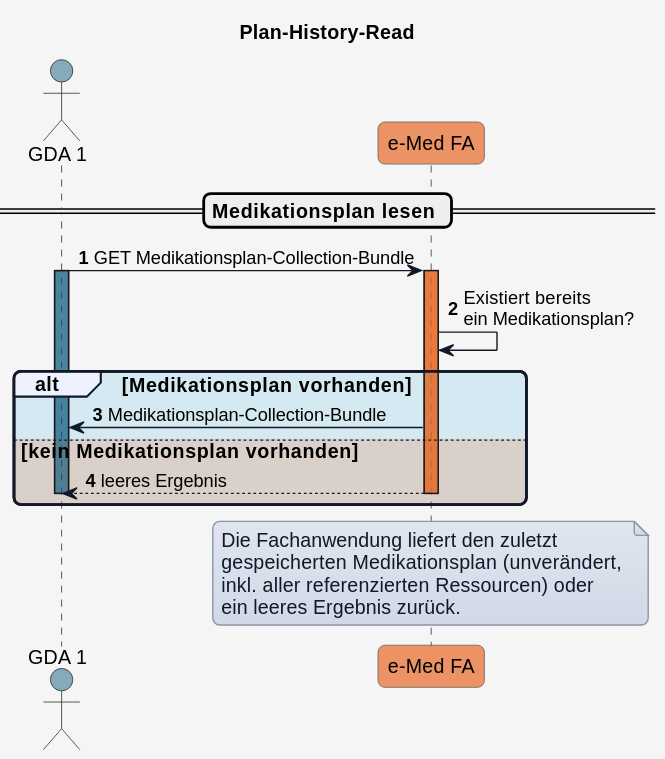
Before: input/images/plantuml/UC_eMed_05_01.svg, a diagram exported from PlantUML (HL7Austria/ELGA-e-Medikation-R4). Its diagram source:
```plantuml
@startuml
title Plan-History-Read


skinparam borderColor #000000
skinparam backgroundColor #f5f5f5
skinparam shadowing false
skinparam roundCorner 10
skinparam defaultFontName "Arial"
skinparam defaultFontSize 14
skinparam defaultFontColor #000000
skinparam HyperlinkColor #0000EE
skinparam HyperlinkUnderline false
skinparam BoxPadding 20
skinparam BoxBorderColor #555555

skinparam note {
  BackgroundColor #e0e5f0-#d1d9e6
  BorderColor #8b95a5
  BorderThickness 1
  RoundCorner 0
  Padding 6
  FontColor #111827
  Shadowing false
}

skinparam sequence {
  ParticipantBorderColor #555555
  ParticipantBackgroundColor #ffffff
  ParticipantFontColor #000000
  ParticipantFontSize 14
  ParticipantPadding 20
  ArrowColor #111827
  ArrowThickness 1
  ArrowFontColor #000000
  ArrowFontSize 13
  GroupBorderColor #111827
  GroupBackgroundColor #eef2ff
  GroupBorderThickness 2
}

!define COLOR_GDA_1    #15608280
!define COLOR_GDA_2    #96607D80
!define COLOR_PATIENT  #196B2480
!define COLOR_APO      #0F9ED590
!define COLOR_EMED_FA  #e97232bd
!define COLOR_E_REZEPT #cd3732a9

!define COLOR_OK       #0F9ED525
!define COLOR_ERROR    #E9713235


actor GDA_1 as "GDA 1" COLOR_GDA_1
participant eMed_FA as "e-Med FA" COLOR_EMED_FA


autonumber

== Medikationsplan lesen ==

GDA_1 -> eMed_FA: GET Medikationsplan-Collection-Bundle
activate GDA_1 COLOR_GDA_1

activate eMed_FA COLOR_EMED_FA
eMed_FA -> eMed_FA: Existiert bereits\nein Medikationsplan?

alt COLOR_OK Medikationsplan vorhanden
  eMed_FA -> GDA_1: Medikationsplan-Collection-Bundle
else COLOR_ERROR kein Medikationsplan vorhanden
  eMed_FA --> GDA_1: leeres Ergebnis
  deactivate GDA_1
  deactivate eMed_FA
end

note over eMed_FA
Die Fachanwendung liefert den zuletzt
gespeicherten Medikationsplan (unverändert,
inkl. aller referenzierten Ressourcen) oder
ein leeres Ergebnis zurück.
end note
@enduml
```
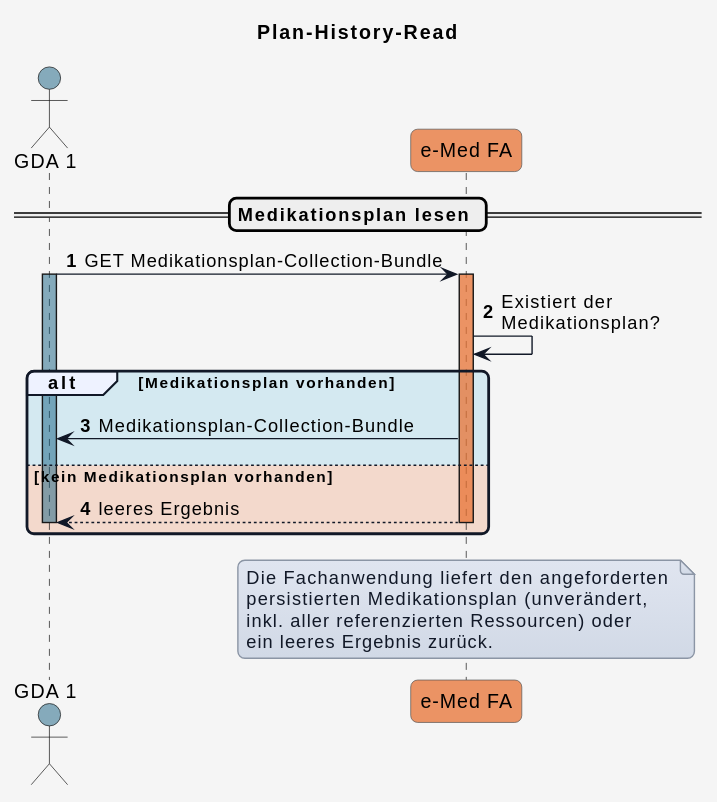
After the commit.

Diff of the diagram source:
```diff
@@ -7,7 +7,6 @@
 skinparam shadowing false
 skinparam roundCorner 10
 skinparam defaultFontName "Arial"
-skinparam defaultFontSize 14
 skinparam defaultFontColor #000000
 skinparam HyperlinkColor #0000EE
 skinparam HyperlinkUnderline false
@@ -62,7 +61,7 @@
 activate GDA_1 COLOR_GDA_1
 
 activate eMed_FA COLOR_EMED_FA
-eMed_FA -> eMed_FA: Existiert bereits\nein Medikationsplan?
+eMed_FA -> eMed_FA: Existiert der\nMedikationsplan?
 
 alt COLOR_OK Medikationsplan vorhanden
   eMed_FA -> GDA_1: Medikationsplan-Collection-Bundle
@@ -73,8 +72,8 @@
 end
 
 note over eMed_FA
-Die Fachanwendung liefert den zuletzt
-gespeicherten Medikationsplan (unverändert,
+Die Fachanwendung liefert den angeforderten
+persistierten Medikationsplan (unverändert,
 inkl. aller referenzierten Ressourcen) oder
 ein leeres Ergebnis zurück.
 end note
```
